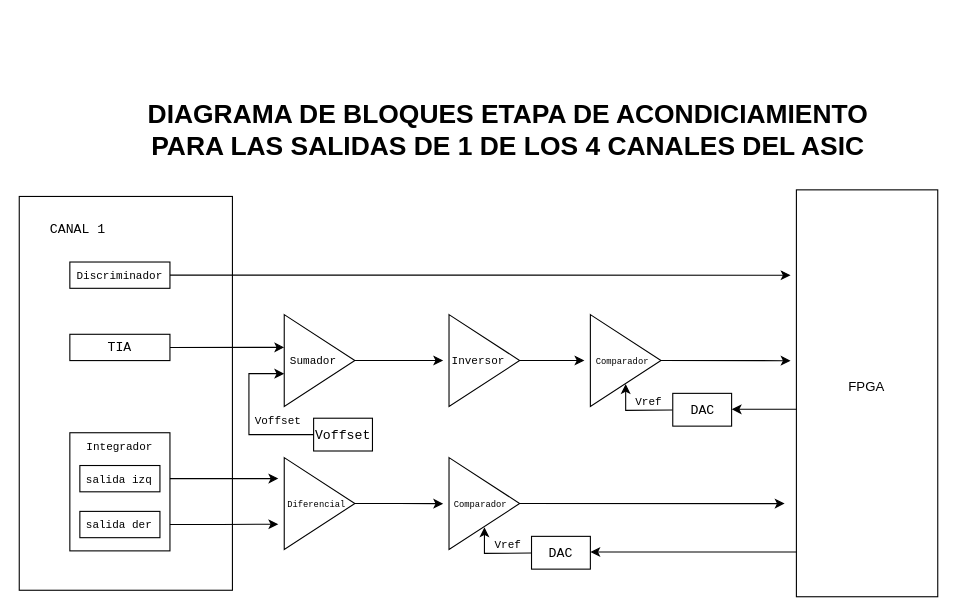
Above: page "Page-2" (2 of 3) of Diagrams/OverView.drawio in HALxmont/ChipVerification (draw.io), before the change. Source tidied: cells renumbered, new cells numbered last; positions are measured from the earlier drawing's top-left corner, leaving out a move shared by most shapes. Both pictures are drawn from the tidied source at 110%, with x=0, y=0 at pixel (19, 19).
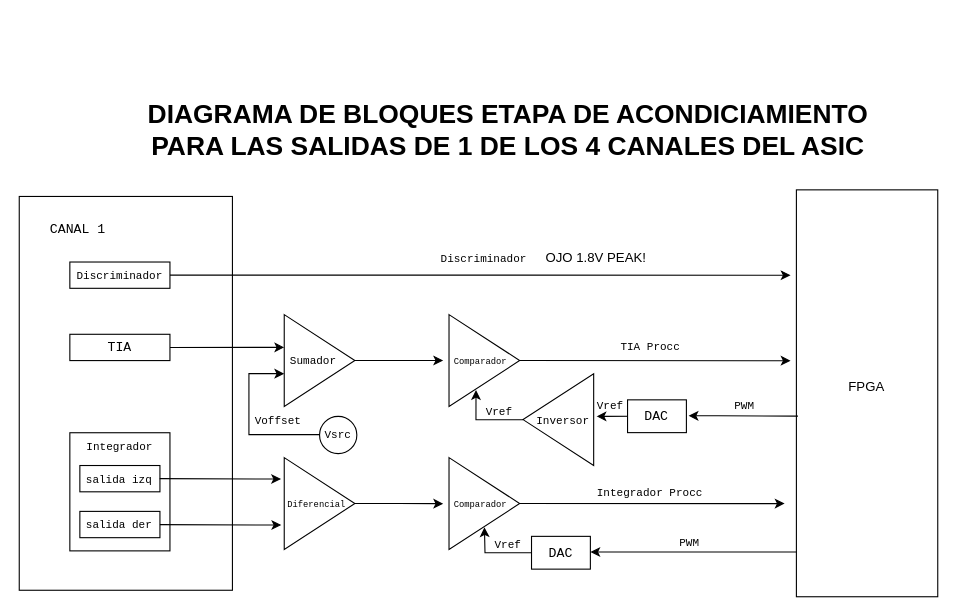
The same diagram, later.

Unchanged cells that the change refers to:
```xml
<mxCell id="26" style="rounded=0;whiteSpace=wrap;html=1;" parent="1" vertex="1">
  <mxGeometry x="465.7" y="470.1" width="53.5" height="29.8" as="geometry" />
</mxCell>
<mxCell id="45" value="&lt;font style=&quot;font-size: 10px&quot; face=&quot;Courier New&quot;&gt;salida izq&lt;br&gt;&lt;/font&gt;" style="text;html=1;strokeColor=none;fillColor=none;align=center;verticalAlign=middle;whiteSpace=wrap;rounded=0;" parent="1" vertex="1">
  <mxGeometry x="51.4" y="405.7" width="80.3" height="23.9" as="geometry" />
</mxCell>
<mxCell id="46" value="&lt;font style=&quot;font-size: 10px&quot; face=&quot;Courier New&quot;&gt;salida der&lt;br&gt;&lt;/font&gt;" style="text;html=1;strokeColor=none;fillColor=none;align=center;verticalAlign=middle;whiteSpace=wrap;rounded=0;" parent="1" vertex="1">
  <mxGeometry x="51.4" y="447.4" width="80.3" height="23.9" as="geometry" />
</mxCell>
```

Change to the diagram source:
```diff
@@
-    <mxCell id="10" style="edgeStyle=elbowEdgeStyle;rounded=0;jettySize=auto;html=1;exitX=1;exitY=0.5;exitDx=0;exitDy=0;" parent="1" edge="1" source="45">
-      <mxGeometry x="132" y="163" as="geometry">
-        <mxPoint x="235.5" y="417.6" as="targetPoint" />
-      </mxGeometry>
-    </mxCell>
-    <mxCell id="11" style="edgeStyle=elbowEdgeStyle;rounded=0;jettySize=auto;html=1;exitX=1;exitY=0.5;exitDx=0;exitDy=0;" parent="1" edge="1" source="46">
-      <mxGeometry x="132" y="163" as="geometry">
-        <mxPoint x="235.5" y="459" as="targetPoint" />
-      </mxGeometry>
-    </mxCell>
@@
-    <mxCell id="19" style="edgeStyle=none;rounded=0;orthogonalLoop=1;jettySize=auto;html=1;exitX=1;exitY=0.5;exitDx=0;exitDy=0;" parent="1" edge="1">
-      <mxGeometry x="132" y="163" as="geometry">
-        <mxPoint x="455" y="310.2" as="sourcePoint" />
-        <mxPoint x="513.8" y="310.2" as="targetPoint" />
-      </mxGeometry>
-    </mxCell>
-    <mxCell id="20" style="triangle;whiteSpace=wrap;html=1;" parent="1" vertex="1">
-      <mxGeometry x="390.7" y="268.5" width="64.2" height="83.5" as="geometry" />
-    </mxCell>
@@
-    <mxCell id="22" value="&lt;font style=&quot;font-size: 10px&quot; face=&quot;Courier New&quot;&gt;Inversor&lt;/font&gt;" style="text;html=1;strokeColor=none;fillColor=none;align=center;verticalAlign=middle;whiteSpace=wrap;rounded=0;" parent="1" vertex="1">
-      <mxGeometry x="396.1" y="298.3" width="42.8" height="23.9" as="geometry" />
-    </mxCell>
@@
-    <mxCell id="24" style="edgeStyle=elbowEdgeStyle;rounded=0;jettySize=auto;html=1;exitX=0;exitY=0.5;exitDx=0;exitDy=0;" parent="1" edge="1" source="30">
+    <mxCell id="24" style="edgeStyle=elbowEdgeStyle;rounded=0;orthogonalLoop=1;jettySize=auto;html=1;exitX=0;exitY=0.5;exitDx=0;exitDy=0;" parent="1" edge="1">
       <mxGeometry x="132" y="163" as="geometry">
+        <mxPoint x="273" y="377.6" as="sourcePoint" />
         <mxPoint x="240.9" y="322.2" as="targetPoint" />
         <Array as="points">
           <mxPoint x="208.8" y="352" />
         </Array>
       </mxGeometry>
     </mxCell>
-    <mxCell id="25" style="edgeStyle=none;rounded=0;jettySize=auto;html=1;entryX=0.5;entryY=1;entryDx=0;entryDy=0;" parent="1" edge="1" source="26">
+    <mxCell id="25" style="edgeStyle=orthogonalEdgeStyle;rounded=0;jettySize=auto;html=1;entryX=0.5;entryY=1;entryDx=0;entryDy=0;" parent="1" edge="1" source="26">
       <mxGeometry x="132" y="163" as="geometry">
         <mxPoint x="422.9" y="461.8" as="targetPoint" />
-        <Array as="points">
-          <mxPoint x="422.9" y="485.6" />
-        </Array>
       </mxGeometry>
     </mxCell>
@@
-    <mxCell id="29" style="rounded=0;whiteSpace=wrap;html=1;" parent="1" vertex="1">
-      <mxGeometry x="267.6" y="362.7" width="53.5" height="29.8" as="geometry" />
-    </mxCell>
-    <mxCell id="30" value="&lt;font face=&quot;Courier New&quot;&gt;Voffset&lt;/font&gt;" style="text;html=1;strokeColor=none;fillColor=none;align=center;verticalAlign=middle;whiteSpace=wrap;rounded=0;" parent="1" vertex="1">
-      <mxGeometry x="273" y="365.7" width="42.8" height="23.9" as="geometry" />
-    </mxCell>
@@
     <mxCell id="35" style="triangle;whiteSpace=wrap;html=1;" parent="1" vertex="1">
-      <mxGeometry x="519.2" y="268.5" width="64.2" height="83.5" as="geometry" />
+      <mxGeometry x="390.7" y="268.5" width="64.2" height="83.5" as="geometry" />
     </mxCell>
-    <mxCell id="36" style="edgeStyle=none;rounded=0;jettySize=auto;html=1;entryX=0.5;entryY=1;entryDx=0;entryDy=0;" parent="1" edge="1" source="37">
-      <mxGeometry x="132" y="163" as="geometry">
-        <mxPoint x="551.3" y="331.7" as="targetPoint" />
-        <Array as="points">
-          <mxPoint x="551.3" y="355.6" />
-        </Array>
-      </mxGeometry>
-    </mxCell>
-    <mxCell id="37" style="rounded=0;whiteSpace=wrap;html=1;" parent="1" vertex="1">
-      <mxGeometry x="594.1" y="340.1" width="53.5" height="29.8" as="geometry" />
-    </mxCell>
-    <mxCell id="38" value="&lt;font face=&quot;Courier New&quot;&gt;DAC&lt;/font&gt;" style="text;html=1;strokeColor=none;fillColor=none;align=center;verticalAlign=middle;whiteSpace=wrap;rounded=0;" parent="1" vertex="1">
-      <mxGeometry x="599.5" y="343" width="42.8" height="23.9" as="geometry" />
-    </mxCell>
+    <mxCell id="50" style="edgeStyle=none;rounded=0;jettySize=auto;html=1;exitX=0;exitY=0.5;exitDx=0;exitDy=0;entryX=-0.041;entryY=0.535;entryDx=0;entryDy=0;entryPerimeter=0;" parent="1" edge="1" source="38" target="51">
+      <mxGeometry relative="1" as="geometry" />
+    </mxCell>
     <mxCell id="39" value="&lt;font style=&quot;font-size: 8px&quot; face=&quot;Courier New&quot;&gt;Comparador&lt;/font&gt;" style="text;html=1;strokeColor=none;fillColor=none;align=center;verticalAlign=middle;whiteSpace=wrap;rounded=0;" parent="1" vertex="1">
-      <mxGeometry x="526.7" y="298.3" width="42.8" height="23.9" as="geometry" />
+      <mxGeometry x="398.2" y="298.3" width="42.8" height="23.9" as="geometry" />
     </mxCell>
-    <mxCell id="40" value="&lt;font style=&quot;font-size: 10px&quot; face=&quot;Courier New&quot;&gt;Vref&lt;/font&gt;" style="text;html=1;strokeColor=none;fillColor=none;align=center;verticalAlign=middle;whiteSpace=wrap;rounded=0;" parent="1" vertex="1">
-      <mxGeometry x="551.3" y="335.3" width="42.8" height="23.9" as="geometry" />
-    </mxCell>
@@
-    <mxCell id="47" style="endArrow=classic;html=1;rounded=0;" parent="1" edge="1">
-      <mxGeometry x="132" y="163" as="geometry">
-        <mxPoint x="706.5" y="354.6" as="sourcePoint" />
-        <mxPoint x="647.7" y="354.6" as="targetPoint" />
+    <mxCell id="47" style="endArrow=classic;html=1;rounded=0;exitX=-0.005;exitY=0.556;exitDx=0;exitDy=0;exitPerimeter=0;" parent="1" edge="1">
+      <mxGeometry x="92.9" y="169" as="geometry">
+        <mxPoint x="707.9" y="360.8" as="sourcePoint" />
+        <mxPoint x="608.5" y="360.5" as="targetPoint" />
         <Array as="points">
-          <mxPoint x="674.4" y="354.6" />
+          <mxPoint x="635.3" y="360.5" />
         </Array>
       </mxGeometry>
     </mxCell>
@@
+    <mxCell id="51" style="triangle;whiteSpace=wrap;html=1;direction=west;" parent="1" vertex="1">
+      <mxGeometry x="458" y="322.2" width="64.2" height="83.5" as="geometry" />
+    </mxCell>
+    <mxCell id="22" value="&lt;font style=&quot;font-size: 10px&quot; face=&quot;Courier New&quot;&gt;Inversor&lt;/font&gt;" style="text;html=1;strokeColor=none;fillColor=none;align=center;verticalAlign=middle;whiteSpace=wrap;rounded=0;" parent="1" vertex="1">
+      <mxGeometry x="473" y="352" width="42.8" height="23.9" as="geometry" />
+    </mxCell>
+    <mxCell id="37" style="rounded=0;whiteSpace=wrap;html=1;" parent="1" vertex="1">
+      <mxGeometry x="553" y="346" width="53.5" height="29.8" as="geometry" />
+    </mxCell>
+    <mxCell id="38" value="&lt;font face=&quot;Courier New&quot;&gt;DAC&lt;/font&gt;" style="text;html=1;strokeColor=none;fillColor=none;align=center;verticalAlign=middle;whiteSpace=wrap;rounded=0;" parent="1" vertex="1">
+      <mxGeometry x="558.4" y="349" width="42.8" height="23.9" as="geometry" />
+    </mxCell>
+    <mxCell id="52" value="&lt;font style=&quot;font-size: 10px&quot; face=&quot;Courier New&quot;&gt;Vref&lt;/font&gt;" style="text;html=1;strokeColor=none;fillColor=none;align=center;verticalAlign=middle;whiteSpace=wrap;rounded=0;" parent="1" vertex="1">
+      <mxGeometry x="515.5" y="338.9" width="42.8" height="23.9" as="geometry" />
+    </mxCell>
+    <mxCell id="53" value="&lt;font style=&quot;font-size: 10px&quot; face=&quot;Courier New&quot;&gt;PWM&lt;/font&gt;" style="text;html=1;strokeColor=none;fillColor=none;align=center;verticalAlign=middle;whiteSpace=wrap;rounded=0;" parent="1" vertex="1">
+      <mxGeometry x="638" y="338.9" width="42.8" height="23.9" as="geometry" />
+    </mxCell>
+    <mxCell id="54" value="&lt;font style=&quot;font-size: 10px&quot; face=&quot;Courier New&quot;&gt;PWM&lt;/font&gt;" style="text;html=1;strokeColor=none;fillColor=none;align=center;verticalAlign=middle;whiteSpace=wrap;rounded=0;" parent="1" vertex="1">
+      <mxGeometry x="588" y="463.4" width="42.8" height="23.9" as="geometry" />
+    </mxCell>
+    <mxCell id="55" style="ellipse;whiteSpace=wrap;html=1;" parent="1" vertex="1">
+      <mxGeometry x="273" y="361" width="33.9" height="33.9" as="geometry" />
+    </mxCell>
+    <mxCell id="56" value="&lt;font style=&quot;font-size: 10px&quot; face=&quot;Courier New&quot;&gt;Vsrc&lt;/font&gt;" style="text;html=1;strokeColor=none;fillColor=none;align=center;verticalAlign=middle;whiteSpace=wrap;rounded=0;" parent="1" vertex="1">
+      <mxGeometry x="275.2" y="371.9" width="29.5" height="10" as="geometry" />
+    </mxCell>
+    <mxCell id="10" style="rounded=0;orthogonalLoop=1;jettySize=auto;html=1;" parent="1" edge="1">
+      <mxGeometry x="128" y="163" as="geometry">
+        <mxPoint x="127.7" y="417.6" as="sourcePoint" />
+        <mxPoint x="238" y="418" as="targetPoint" />
+      </mxGeometry>
+    </mxCell>
+    <mxCell id="57" style="rounded=0;orthogonalLoop=1;jettySize=auto;html=1;" parent="1" edge="1">
+      <mxGeometry x="128.2" y="204.8" as="geometry">
+        <mxPoint x="127.9" y="459.4" as="sourcePoint" />
+        <mxPoint x="238.2" y="459.8" as="targetPoint" />
+      </mxGeometry>
+    </mxCell>
+    <mxCell id="58" value="&lt;font style=&quot;font-size: 10px&quot; face=&quot;Courier New&quot;&gt;Discriminador&lt;/font&gt;" style="text;html=1;strokeColor=none;fillColor=none;align=center;verticalAlign=middle;whiteSpace=wrap;rounded=0;" parent="1" vertex="1">
+      <mxGeometry x="402.2" y="207.1" width="41.4" height="20.7" as="geometry" />
+    </mxCell>
+    <mxCell id="59" value="&lt;font style=&quot;font-size: 10px&quot; face=&quot;Courier New&quot;&gt;TIA Procc&lt;/font&gt;" style="text;html=1;strokeColor=none;fillColor=none;align=center;verticalAlign=middle;whiteSpace=wrap;rounded=0;" parent="1" vertex="1">
+      <mxGeometry x="538" y="286.4" width="71.6" height="20.7" as="geometry" />
+    </mxCell>
+    <mxCell id="60" value="&lt;font style=&quot;font-size: 10px&quot; face=&quot;Courier New&quot;&gt;Integrador Procc&lt;/font&gt;" style="text;html=1;strokeColor=none;fillColor=none;align=center;verticalAlign=middle;whiteSpace=wrap;rounded=0;" parent="1" vertex="1">
+      <mxGeometry x="513.1" y="419.2" width="121.4" height="20.7" as="geometry" />
+    </mxCell>
+    <mxCell id="61" style="edgeStyle=orthogonalEdgeStyle;rounded=0;jettySize=auto;html=1;entryX=0.382;entryY=0.821;entryDx=0;entryDy=0;entryPerimeter=0;" parent="1" edge="1" target="35">
+      <mxGeometry x="124.3" y="42.1" as="geometry">
+        <mxPoint x="458" y="364.1" as="sourcePoint" />
+        <Array as="points">
+          <mxPoint x="415" y="364" />
+        </Array>
+      </mxGeometry>
+    </mxCell>
+    <mxCell id="62" value="&lt;font style=&quot;font-size: 10px&quot; face=&quot;Courier New&quot;&gt;Vref&lt;/font&gt;" style="text;html=1;strokeColor=none;fillColor=none;align=center;verticalAlign=middle;whiteSpace=wrap;rounded=0;" parent="1" vertex="1">
+      <mxGeometry x="415.2" y="344.4" width="42.8" height="23.9" as="geometry" />
+    </mxCell>
+    <mxCell id="63" value="OJO 1.8V PEAK!" style="text;html=1;align=center;verticalAlign=middle;strokeColor=none;" parent="1" vertex="1">
+      <mxGeometry x="471" y="207" width="105" height="20" as="geometry" />
+    </mxCell>
```
